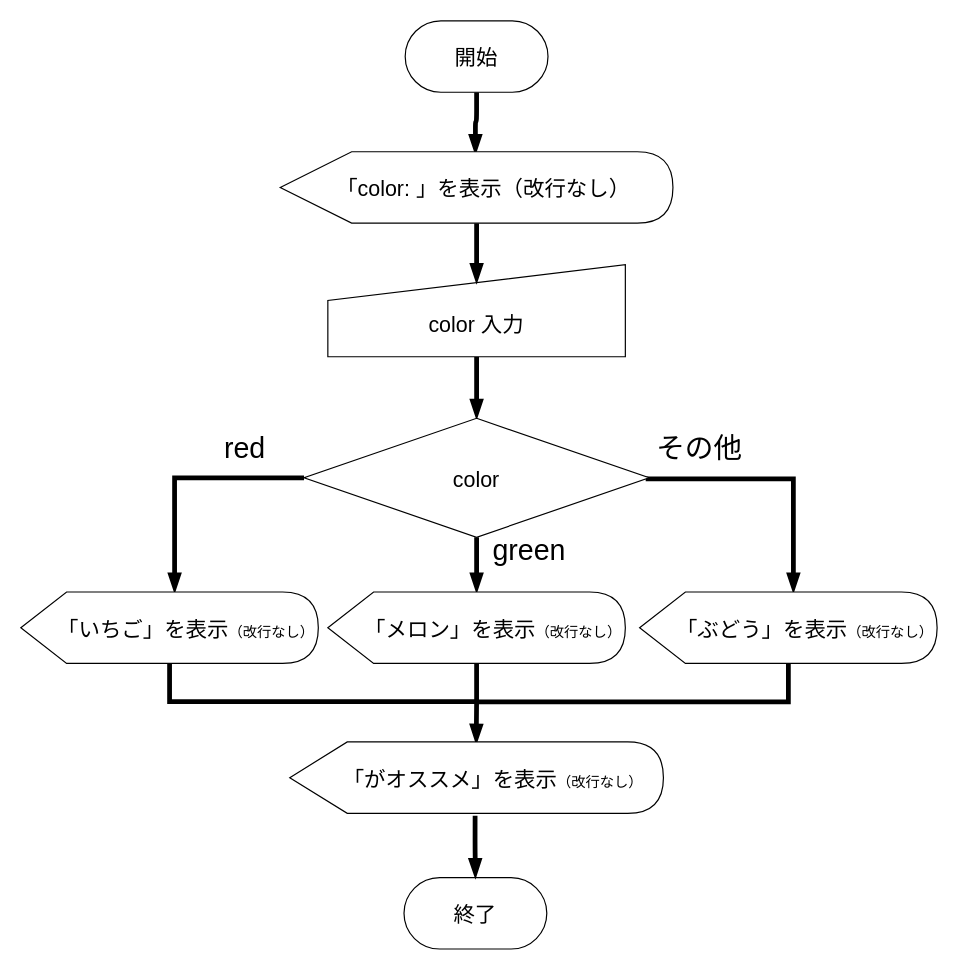
Before: Flowchart.dio in ccmc-ito/Flowchart05, a draw.io diagram. Source tidied: cells renumbered, new cells numbered last; positions are measured from the earlier drawing's top-left corner, leaving out a move shared by most shapes. Both pictures are drawn from the tidied source at 119%, with x=0, y=0 at pixel (20, 20).
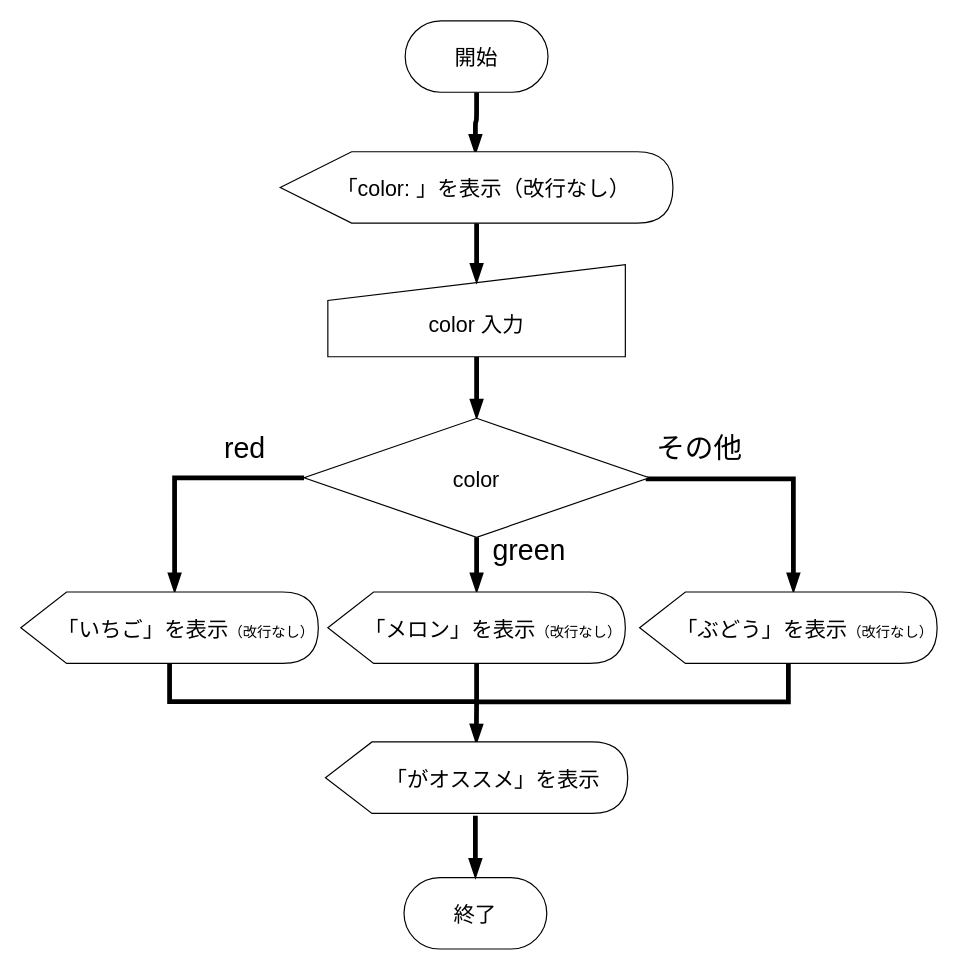
Above is the later version.

Commit message:
改行の有無を修正

What changed in the source:
```diff
@@
-    <mxCell id="23" value="&lt;font style=&quot;&quot;&gt;&lt;span style=&quot;font-size: 18px;&quot;&gt;「がオススメ」を表示&lt;/span&gt;&lt;font style=&quot;font-size: 12px;&quot;&gt;（改行なし）&lt;/font&gt;&lt;/font&gt;" style="shape=display;whiteSpace=wrap;html=1;fontSize=24;spacingLeft=28;strokeWidth=1;size=0.15384615384615385;" parent="1" vertex="1">
-      <mxGeometry x="226" y="606" width="314" height="60" as="geometry" />
+    <mxCell id="23" value="&lt;font style=&quot;&quot;&gt;&lt;span style=&quot;font-size: 18px;&quot;&gt;「がオススメ」を表示&lt;/span&gt;&lt;/font&gt;" style="shape=display;whiteSpace=wrap;html=1;fontSize=24;spacingLeft=28;strokeWidth=1;size=0.15384615384615385;" parent="1" vertex="1">
+      <mxGeometry x="256" y="606" width="254" height="60" as="geometry" />
     </mxCell>
```
